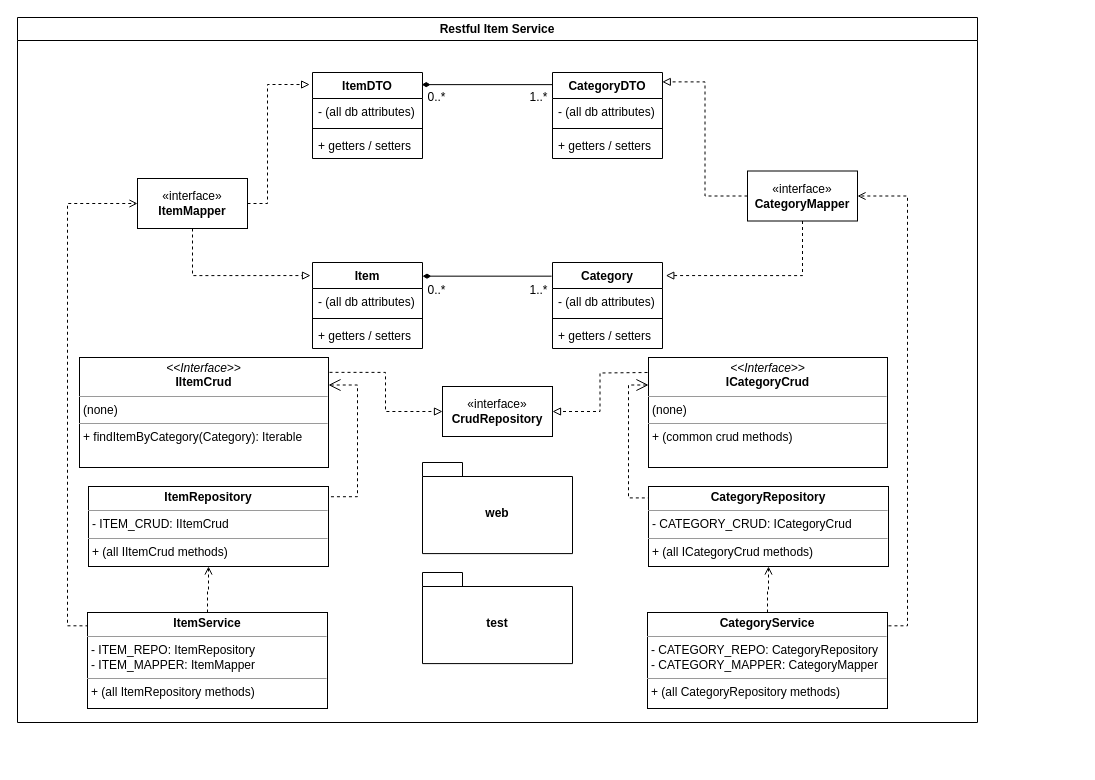
Earlier version of the draw.io diagram diagrams/item_service_class_diagram.drawio (NM4TT/Restful-CRUD-App). Source tidied: cells renumbered, new cells numbered last; positions are measured from the earlier drawing's top-left corner, leaving out a move shared by most shapes. Both pictures are drawn from the tidied source at 100%, with x=0, y=0 at pixel (17, 17).
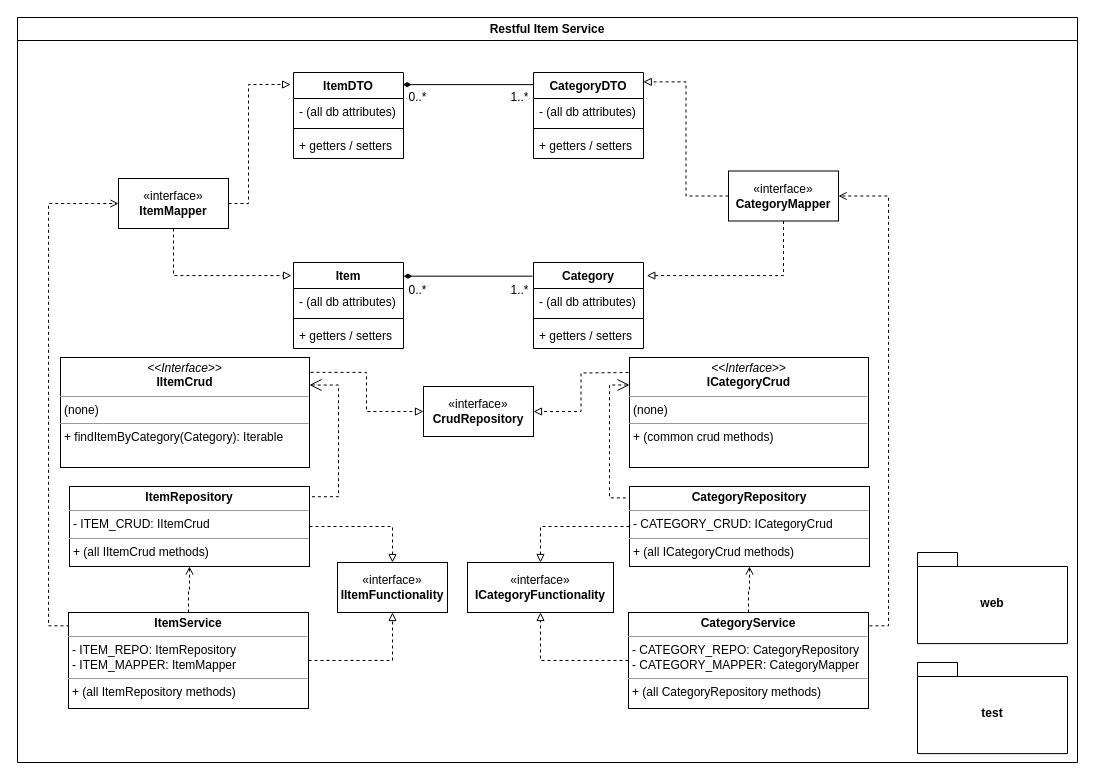
Above is the later version.

Commit message (it also covers changes not shown here):
Add security_service_class_diagram

What changed in the source:
```diff
@@
     <mxCell id="2" value="Restful Item Service" style="swimlane;whiteSpace=wrap;html=1;startSize=23;" parent="1" vertex="1">
-      <mxGeometry width="960" height="705" as="geometry" />
+      <mxGeometry width="1060" height="745" as="geometry" />
     </mxCell>
@@
     <mxCell id="4" style="edgeStyle=orthogonalEdgeStyle;rounded=0;jettySize=auto;html=1;entryX=0.994;entryY=0.128;entryDx=0;entryDy=0;exitX=1;exitY=0.25;exitDx=0;exitDy=0;endArrow=none;endFill=0;endSize=10;startSize=10;entryPerimeter=0;dashed=1;startArrow=open;startFill=0;" parent="2" edge="1" source="5" target="6">
       <mxGeometry relative="1" as="geometry">
         <Array as="points">
-          <mxPoint x="340" y="368" />
-          <mxPoint x="340" y="479" />
+          <mxPoint x="321" y="368" />
+          <mxPoint x="321" y="479" />
         </Array>
       </mxGeometry>
     </mxCell>
     <mxCell id="5" value="&lt;p style=&quot;margin:0px;margin-top:4px;text-align:center;&quot;&gt;&lt;i&gt;&amp;lt;&amp;lt;Interface&amp;gt;&amp;gt;&lt;/i&gt;&lt;br&gt;&lt;b&gt;IItemCrud&lt;/b&gt;&lt;/p&gt;&lt;hr size=&quot;1&quot;&gt;&lt;p style=&quot;margin:0px;margin-left:4px;&quot;&gt;(none)&lt;/p&gt;&lt;hr size=&quot;1&quot;&gt;&lt;p style=&quot;margin:0px;margin-left:4px;&quot;&gt;+ findItemByCategory(Category): Iterable&lt;/p&gt;" style="verticalAlign=top;align=left;overflow=fill;fontSize=12;fontFamily=Helvetica;html=1;whiteSpace=wrap;" parent="2" vertex="1">
-      <mxGeometry x="62" y="340" width="249" height="110" as="geometry" />
+      <mxGeometry x="43" y="340" width="249" height="110" as="geometry" />
     </mxCell>
+    <mxCell id="48" style="edgeStyle=orthogonalEdgeStyle;rounded=0;jettySize=auto;html=1;exitX=1;exitY=0.5;exitDx=0;exitDy=0;entryX=0.5;entryY=0;entryDx=0;entryDy=0;endArrow=block;endFill=0;dashed=1;" parent="2" edge="1" source="6" target="52">
+      <mxGeometry relative="1" as="geometry" />
+    </mxCell>
     <mxCell id="6" value="&lt;p style=&quot;margin:0px;margin-top:4px;text-align:center;&quot;&gt;&lt;b&gt;ItemRepository&lt;/b&gt;&lt;/p&gt;&lt;hr size=&quot;1&quot;&gt;&lt;p style=&quot;margin:0px;margin-left:4px;&quot;&gt;- ITEM_CRUD: IItemCrud&lt;/p&gt;&lt;hr size=&quot;1&quot;&gt;&lt;p style=&quot;margin:0px;margin-left:4px;&quot;&gt;+ (all IItemCrud methods)&lt;/p&gt;" style="verticalAlign=top;align=left;overflow=fill;fontSize=12;fontFamily=Helvetica;html=1;whiteSpace=wrap;" parent="2" vertex="1">
-      <mxGeometry x="71" y="469" width="240" height="80" as="geometry" />
+      <mxGeometry x="52" y="469" width="240" height="80" as="geometry" />
     </mxCell>
@@
+    <mxCell id="49" style="edgeStyle=orthogonalEdgeStyle;rounded=0;jettySize=auto;html=1;exitX=1;exitY=0.5;exitDx=0;exitDy=0;entryX=0.5;entryY=1;entryDx=0;entryDy=0;endArrow=block;endFill=0;dashed=1;" parent="2" edge="1" source="9" target="52">
+      <mxGeometry relative="1" as="geometry" />
+    </mxCell>
     <mxCell id="9" value="&lt;p style=&quot;margin:0px;margin-top:4px;text-align:center;&quot;&gt;&lt;b&gt;ItemService&lt;/b&gt;&lt;/p&gt;&lt;hr size=&quot;1&quot;&gt;&lt;p style=&quot;margin:0px;margin-left:4px;&quot;&gt;- ITEM_REPO: ItemRepository&lt;/p&gt;&lt;p style=&quot;margin:0px;margin-left:4px;&quot;&gt;- ITEM_MAPPER: ItemMapper&lt;/p&gt;&lt;hr size=&quot;1&quot;&gt;&lt;p style=&quot;margin:0px;margin-left:4px;&quot;&gt;+ (all ItemRepository methods)&lt;/p&gt;" style="verticalAlign=top;align=left;overflow=fill;fontSize=12;fontFamily=Helvetica;html=1;whiteSpace=wrap;" parent="2" vertex="1">
-      <mxGeometry x="70" y="595" width="240" height="96" as="geometry" />
+      <mxGeometry x="51" y="595" width="240" height="96" as="geometry" />
     </mxCell>
     <mxCell id="10" value="«interface»&lt;br&gt;&lt;b&gt;CrudRepository&lt;/b&gt;" style="html=1;whiteSpace=wrap;" parent="2" vertex="1">
-      <mxGeometry x="425" y="369" width="110" height="50" as="geometry" />
+      <mxGeometry x="406" y="369" width="110" height="50" as="geometry" />
     </mxCell>
@@
+    <mxCell id="50" style="edgeStyle=orthogonalEdgeStyle;rounded=0;jettySize=auto;html=1;exitX=0;exitY=0.5;exitDx=0;exitDy=0;entryX=0.5;entryY=1;entryDx=0;entryDy=0;endArrow=block;endFill=0;dashed=1;" parent="2" edge="1" source="13" target="53">
+      <mxGeometry relative="1" as="geometry" />
+    </mxCell>
     <mxCell id="13" value="&lt;p style=&quot;margin:0px;margin-top:4px;text-align:center;&quot;&gt;&lt;b&gt;CategoryService&lt;/b&gt;&lt;/p&gt;&lt;hr size=&quot;1&quot;&gt;&lt;p style=&quot;margin:0px;margin-left:4px;&quot;&gt;- CATEGORY_REPO: CategoryRepository&lt;/p&gt;&lt;p style=&quot;margin:0px;margin-left:4px;&quot;&gt;- CATEGORY_MAPPER: CategoryMapper&lt;/p&gt;&lt;hr size=&quot;1&quot;&gt;&lt;p style=&quot;margin:0px;margin-left:4px;&quot;&gt;+ (all CategoryRepository methods)&lt;/p&gt;" style="verticalAlign=top;align=left;overflow=fill;fontSize=12;fontFamily=Helvetica;html=1;whiteSpace=wrap;" parent="2" vertex="1">
-      <mxGeometry x="630" y="595" width="240" height="96" as="geometry" />
+      <mxGeometry x="611" y="595" width="240" height="96" as="geometry" />
     </mxCell>
+    <mxCell id="51" style="edgeStyle=orthogonalEdgeStyle;rounded=0;jettySize=auto;html=1;exitX=0;exitY=0.5;exitDx=0;exitDy=0;entryX=0.5;entryY=0;entryDx=0;entryDy=0;endArrow=block;endFill=0;dashed=1;" parent="2" edge="1" source="14" target="53">
+      <mxGeometry relative="1" as="geometry" />
+    </mxCell>
     <mxCell id="14" value="&lt;p style=&quot;margin:0px;margin-top:4px;text-align:center;&quot;&gt;&lt;b&gt;CategoryRepository&lt;/b&gt;&lt;/p&gt;&lt;hr size=&quot;1&quot;&gt;&lt;p style=&quot;margin:0px;margin-left:4px;&quot;&gt;- CATEGORY_CRUD: ICategoryCrud&lt;/p&gt;&lt;hr size=&quot;1&quot;&gt;&lt;p style=&quot;margin:0px;margin-left:4px;&quot;&gt;+ (all ICategoryCrud methods)&lt;/p&gt;" style="verticalAlign=top;align=left;overflow=fill;fontSize=12;fontFamily=Helvetica;html=1;whiteSpace=wrap;" parent="2" vertex="1">
-      <mxGeometry x="631" y="469" width="240" height="80" as="geometry" />
+      <mxGeometry x="612" y="469" width="240" height="80" as="geometry" />
     </mxCell>
     <mxCell id="15" style="edgeStyle=orthogonalEdgeStyle;rounded=0;jettySize=auto;html=1;entryX=1;entryY=0.5;entryDx=0;entryDy=0;endArrow=block;endFill=0;dashed=1;" parent="2" edge="1" target="10">
       <mxGeometry relative="1" as="geometry">
-        <mxPoint x="630" y="355" as="sourcePoint" />
+        <mxPoint x="611" y="355" as="sourcePoint" />
       </mxGeometry>
     </mxCell>
     <mxCell id="16" value="&lt;p style=&quot;margin:0px;margin-top:4px;text-align:center;&quot;&gt;&lt;i&gt;&amp;lt;&amp;lt;Interface&amp;gt;&amp;gt;&lt;/i&gt;&lt;br&gt;&lt;b&gt;ICategoryCrud&lt;/b&gt;&lt;/p&gt;&lt;hr size=&quot;1&quot;&gt;&lt;p style=&quot;margin:0px;margin-left:4px;&quot;&gt;(none)&lt;/p&gt;&lt;hr size=&quot;1&quot;&gt;&lt;p style=&quot;margin:0px;margin-left:4px;&quot;&gt;+ (common crud methods)&lt;/p&gt;" style="verticalAlign=top;align=left;overflow=fill;fontSize=12;fontFamily=Helvetica;html=1;whiteSpace=wrap;" parent="2" vertex="1">
-      <mxGeometry x="631" y="340" width="239" height="110" as="geometry" />
+      <mxGeometry x="612" y="340" width="239" height="110" as="geometry" />
     </mxCell>
@@
     <mxCell id="19" value="«interface»&lt;br&gt;&lt;b&gt;ItemMapper&lt;/b&gt;" style="html=1;whiteSpace=wrap;" parent="2" vertex="1">
-      <mxGeometry x="120" y="161" width="110" height="50" as="geometry" />
+      <mxGeometry x="101" y="161" width="110" height="50" as="geometry" />
     </mxCell>
     <mxCell id="20" value="«interface»&lt;br&gt;&lt;b&gt;CategoryMapper&lt;/b&gt;" style="html=1;whiteSpace=wrap;" parent="2" vertex="1">
-      <mxGeometry x="730" y="153.5" width="110" height="50" as="geometry" />
+      <mxGeometry x="711" y="153.5" width="110" height="50" as="geometry" />
     </mxCell>
@@
     <mxCell id="22" style="edgeStyle=orthogonalEdgeStyle;rounded=0;jettySize=auto;html=1;entryX=-0.026;entryY=0.14;entryDx=0;entryDy=0;entryPerimeter=0;endArrow=block;endFill=0;dashed=1;" parent="2" edge="1" source="19" target="35">
       <mxGeometry relative="1" as="geometry">
         <Array as="points">
-          <mxPoint x="250" y="186" />
-          <mxPoint x="250" y="67" />
+          <mxPoint x="231" y="186" />
+          <mxPoint x="231" y="67" />
         </Array>
       </mxGeometry>
     </mxCell>
     <mxCell id="23" style="edgeStyle=orthogonalEdgeStyle;rounded=0;jettySize=auto;html=1;entryX=-0.018;entryY=0.152;entryDx=0;entryDy=0;entryPerimeter=0;dashed=1;endArrow=block;endFill=0;" parent="2" edge="1" source="19" target="27">
       <mxGeometry relative="1" as="geometry">
         <Array as="points">
-          <mxPoint x="175" y="258" />
+          <mxPoint x="156" y="258" />
         </Array>
       </mxGeometry>
     </mxCell>
     <mxCell id="24" style="edgeStyle=orthogonalEdgeStyle;rounded=0;jettySize=auto;html=1;entryX=1.03;entryY=0.152;entryDx=0;entryDy=0;entryPerimeter=0;exitX=0.5;exitY=1;exitDx=0;exitDy=0;endArrow=block;endFill=0;dashed=1;" parent="2" edge="1" source="20" target="31">
       <mxGeometry relative="1" as="geometry">
         <Array as="points">
-          <mxPoint x="785" y="258" />
+          <mxPoint x="766" y="258" />
         </Array>
       </mxGeometry>
     </mxCell>
     <mxCell id="25" value="1..*" style="text;html=1;align=center;verticalAlign=middle;strokeColor=none;fillColor=none;" parent="2" vertex="1">
-      <mxGeometry x="501" y="65" width="40" height="30" as="geometry" />
+      <mxGeometry x="482" y="65" width="40" height="30" as="geometry" />
     </mxCell>
     <mxCell id="26" value="0..*" style="text;html=1;align=center;verticalAlign=middle;strokeColor=none;fillColor=none;" parent="2" vertex="1">
-      <mxGeometry x="399" y="65" width="40" height="30" as="geometry" />
+      <mxGeometry x="380" y="65" width="40" height="30" as="geometry" />
     </mxCell>
     <mxCell id="27" value="Item" style="swimlane;fontStyle=1;align=center;verticalAlign=top;horizontal=1;startSize=26;whiteSpace=wrap;html=1;" parent="2" vertex="1">
-      <mxGeometry x="295" y="245" width="110" height="86" as="geometry" />
+      <mxGeometry x="276" y="245" width="110" height="86" as="geometry" />
     </mxCell>
@@
     <mxCell id="31" value="Category" style="swimlane;fontStyle=1;align=center;verticalAlign=top;horizontal=1;startSize=26;whiteSpace=wrap;html=1;" parent="2" vertex="1">
-      <mxGeometry x="535" y="245" width="110" height="86" as="geometry" />
+      <mxGeometry x="516" y="245" width="110" height="86" as="geometry" />
     </mxCell>
@@
     <mxCell id="35" value="ItemDTO" style="swimlane;fontStyle=1;align=center;verticalAlign=top;horizontal=1;startSize=26;whiteSpace=wrap;html=1;" parent="2" vertex="1">
-      <mxGeometry x="295" y="55" width="110" height="86" as="geometry" />
+      <mxGeometry x="276" y="55" width="110" height="86" as="geometry" />
     </mxCell>
@@
     <mxCell id="39" value="CategoryDTO" style="swimlane;fontStyle=1;align=center;verticalAlign=top;horizontal=1;startSize=26;whiteSpace=wrap;html=1;" parent="2" vertex="1">
-      <mxGeometry x="535" y="55" width="110" height="86" as="geometry" />
+      <mxGeometry x="516" y="55" width="110" height="86" as="geometry" />
     </mxCell>
@@
     <mxCell id="43" value="0..*" style="text;html=1;align=center;verticalAlign=middle;strokeColor=none;fillColor=none;" parent="2" vertex="1">
-      <mxGeometry x="399" y="258" width="40" height="30" as="geometry" />
+      <mxGeometry x="380" y="258" width="40" height="30" as="geometry" />
     </mxCell>
     <mxCell id="44" value="1..*" style="text;html=1;align=center;verticalAlign=middle;strokeColor=none;fillColor=none;" parent="2" vertex="1">
-      <mxGeometry x="501" y="258" width="40" height="30" as="geometry" />
+      <mxGeometry x="482" y="258" width="40" height="30" as="geometry" />
     </mxCell>
     <mxCell id="45" value="web" style="shape=folder;fontStyle=1;spacingTop=10;tabWidth=40;tabHeight=14;tabPosition=left;html=1;whiteSpace=wrap;" parent="2" vertex="1">
-      <mxGeometry x="405" y="445" width="150" height="91.1" as="geometry" />
+      <mxGeometry x="900" y="535" width="150" height="91.1" as="geometry" />
     </mxCell>
     <mxCell id="46" value="test" style="shape=folder;fontStyle=1;spacingTop=10;tabWidth=40;tabHeight=14;tabPosition=left;html=1;whiteSpace=wrap;" parent="2" vertex="1">
-      <mxGeometry x="405" y="555" width="150" height="91.1" as="geometry" />
+      <mxGeometry x="900" y="645" width="150" height="91.1" as="geometry" />
     </mxCell>
@@
+    <mxCell id="52" value="«interface»&lt;br&gt;&lt;b&gt;IItemFunctionality&lt;/b&gt;" style="html=1;whiteSpace=wrap;" parent="2" vertex="1">
+      <mxGeometry x="320" y="545" width="110" height="50" as="geometry" />
+    </mxCell>
+    <mxCell id="53" value="«interface»&lt;br&gt;&lt;b&gt;ICategoryFunctionality&lt;/b&gt;" style="html=1;whiteSpace=wrap;" parent="2" vertex="1">
+      <mxGeometry x="450" y="545" width="146" height="50" as="geometry" />
+    </mxCell>
```
